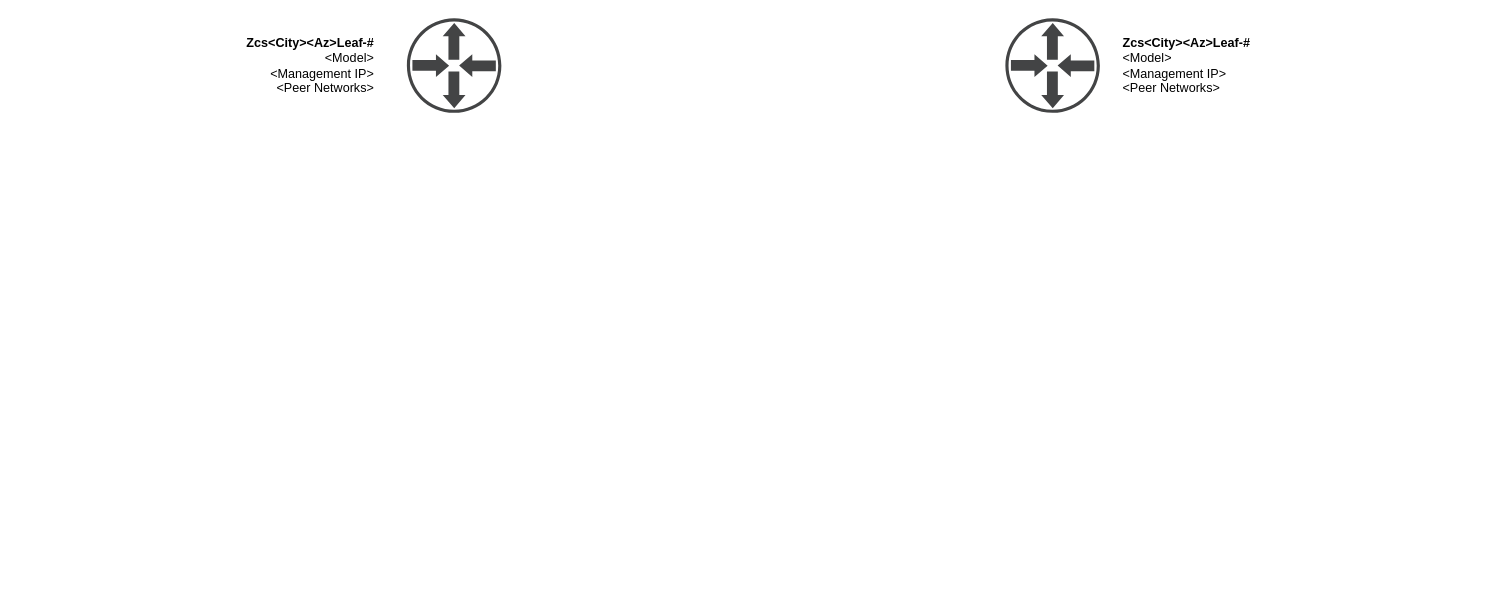
Above: page "Logical Routing Detail" (2 of 3) of dwg/Logical Routing.drawio in ngschmidt/nsx-ninja-design-v3 (draw.io), before the change. Source tidied: cells renumbered, new cells numbered last; positions are measured from the earlier drawing's top-left corner, leaving out a move shared by most shapes. Both pictures are drawn from the tidied source at 105%, with x=0, y=0 at pixel (228, 18).
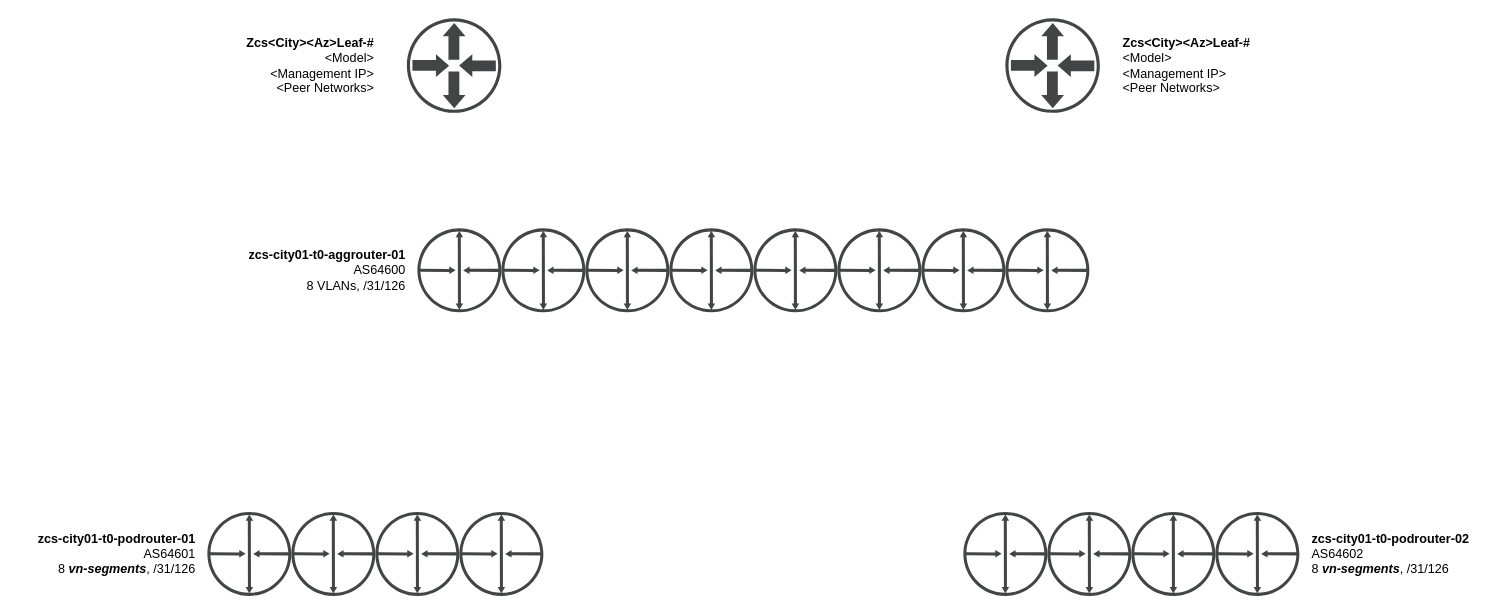
After the change.

Diff of the diagram source:
```diff
@@
+    <mxCell id="6" style="shadow=0;dashed=0;html=1;strokeColor=none;fillColor=#434445;labelPosition=center;verticalLabelPosition=bottom;verticalAlign=top;align=center;shape=mxgraph.vvd.logical_distribution;fontColor=#FFFFFF;" parent="1" vertex="1">
+      <mxGeometry x="180" y="200" width="80" height="80" as="geometry" />
+    </mxCell>
+    <mxCell id="7" value="&lt;font color=&quot;#000000&quot;&gt;&lt;b&gt;zcs-city01-t0-aggrouter-01&lt;br&gt;&lt;/b&gt;AS64600&lt;br&gt;8 VLANs, /31/126&lt;br&gt;&lt;/font&gt;" style="text;html=1;align=right;verticalAlign=middle;fontColor=#FFFFFF;" parent="1" vertex="1">
+      <mxGeometry x="10" y="215" width="160" height="50" as="geometry" />
+    </mxCell>
+    <mxCell id="8" style="shadow=0;dashed=0;html=1;strokeColor=none;fillColor=#434445;labelPosition=center;verticalLabelPosition=bottom;verticalAlign=top;align=center;shape=mxgraph.vvd.logical_distribution;fontColor=#FFFFFF;" parent="1" vertex="1">
+      <mxGeometry x="260" y="200" width="80" height="80" as="geometry" />
+    </mxCell>
+    <mxCell id="9" style="shadow=0;dashed=0;html=1;strokeColor=none;fillColor=#434445;labelPosition=center;verticalLabelPosition=bottom;verticalAlign=top;align=center;shape=mxgraph.vvd.logical_distribution;fontColor=#FFFFFF;" parent="1" vertex="1">
+      <mxGeometry x="340" y="200" width="80" height="80" as="geometry" />
+    </mxCell>
+    <mxCell id="10" style="shadow=0;dashed=0;html=1;strokeColor=none;fillColor=#434445;labelPosition=center;verticalLabelPosition=bottom;verticalAlign=top;align=center;shape=mxgraph.vvd.logical_distribution;fontColor=#FFFFFF;" parent="1" vertex="1">
+      <mxGeometry x="420" y="200" width="80" height="80" as="geometry" />
+    </mxCell>
+    <mxCell id="11" style="shadow=0;dashed=0;html=1;strokeColor=none;fillColor=#434445;labelPosition=center;verticalLabelPosition=bottom;verticalAlign=top;align=center;shape=mxgraph.vvd.logical_distribution;fontColor=#FFFFFF;" parent="1" vertex="1">
+      <mxGeometry x="500" y="200" width="80" height="80" as="geometry" />
+    </mxCell>
+    <mxCell id="12" style="shadow=0;dashed=0;html=1;strokeColor=none;fillColor=#434445;labelPosition=center;verticalLabelPosition=bottom;verticalAlign=top;align=center;shape=mxgraph.vvd.logical_distribution;fontColor=#FFFFFF;" parent="1" vertex="1">
+      <mxGeometry x="580" y="200" width="80" height="80" as="geometry" />
+    </mxCell>
+    <mxCell id="13" style="shadow=0;dashed=0;html=1;strokeColor=none;fillColor=#434445;labelPosition=center;verticalLabelPosition=bottom;verticalAlign=top;align=center;shape=mxgraph.vvd.logical_distribution;fontColor=#FFFFFF;" parent="1" vertex="1">
+      <mxGeometry x="660" y="200" width="80" height="80" as="geometry" />
+    </mxCell>
+    <mxCell id="14" style="shadow=0;dashed=0;html=1;strokeColor=none;fillColor=#434445;labelPosition=center;verticalLabelPosition=bottom;verticalAlign=top;align=center;shape=mxgraph.vvd.logical_distribution;fontColor=#FFFFFF;" parent="1" vertex="1">
+      <mxGeometry x="740" y="200" width="80" height="80" as="geometry" />
+    </mxCell>
+    <mxCell id="15" style="shadow=0;dashed=0;html=1;strokeColor=none;fillColor=#434445;labelPosition=center;verticalLabelPosition=bottom;verticalAlign=top;align=center;shape=mxgraph.vvd.logical_distribution;fontColor=#FFFFFF;" parent="1" vertex="1">
+      <mxGeometry x="-20" y="470" width="80" height="80" as="geometry" />
+    </mxCell>
+    <mxCell id="16" value="&lt;font color=&quot;#000000&quot;&gt;&lt;b&gt;zcs-city01-t0-podrouter-01&lt;br&gt;&lt;/b&gt;AS64601&lt;br&gt;8 &lt;b&gt;&lt;i&gt;vn-segments&lt;/i&gt;&lt;/b&gt;, /31/126&lt;br&gt;&lt;/font&gt;" style="text;html=1;align=right;verticalAlign=middle;fontColor=#FFFFFF;" parent="1" vertex="1">
+      <mxGeometry x="-200" y="485" width="170" height="50" as="geometry" />
+    </mxCell>
+    <mxCell id="17" style="shadow=0;dashed=0;html=1;strokeColor=none;fillColor=#434445;labelPosition=center;verticalLabelPosition=bottom;verticalAlign=top;align=center;shape=mxgraph.vvd.logical_distribution;fontColor=#FFFFFF;" parent="1" vertex="1">
+      <mxGeometry x="60" y="470" width="80" height="80" as="geometry" />
+    </mxCell>
+    <mxCell id="18" style="shadow=0;dashed=0;html=1;strokeColor=none;fillColor=#434445;labelPosition=center;verticalLabelPosition=bottom;verticalAlign=top;align=center;shape=mxgraph.vvd.logical_distribution;fontColor=#FFFFFF;" parent="1" vertex="1">
+      <mxGeometry x="140" y="470" width="80" height="80" as="geometry" />
+    </mxCell>
+    <mxCell id="19" style="shadow=0;dashed=0;html=1;strokeColor=none;fillColor=#434445;labelPosition=center;verticalLabelPosition=bottom;verticalAlign=top;align=center;shape=mxgraph.vvd.logical_distribution;fontColor=#FFFFFF;" parent="1" vertex="1">
+      <mxGeometry x="220" y="470" width="80" height="80" as="geometry" />
+    </mxCell>
+    <mxCell id="20" style="shadow=0;dashed=0;html=1;strokeColor=none;fillColor=#434445;labelPosition=center;verticalLabelPosition=bottom;verticalAlign=top;align=center;shape=mxgraph.vvd.logical_distribution;fontColor=#FFFFFF;" parent="1" vertex="1">
+      <mxGeometry x="700" y="470" width="80" height="80" as="geometry" />
+    </mxCell>
+    <mxCell id="21" value="&lt;font color=&quot;#000000&quot;&gt;&lt;b&gt;zcs-city01-t0-podrouter-02&lt;br&gt;&lt;/b&gt;AS64602&lt;br&gt;8 &lt;b&gt;&lt;i&gt;vn-segments&lt;/i&gt;&lt;/b&gt;, /31/126&lt;br&gt;&lt;/font&gt;" style="text;html=1;align=left;verticalAlign=middle;fontColor=#FFFFFF;" parent="1" vertex="1">
+      <mxGeometry x="1030" y="485" width="170" height="50" as="geometry" />
+    </mxCell>
+    <mxCell id="22" style="shadow=0;dashed=0;html=1;strokeColor=none;fillColor=#434445;labelPosition=center;verticalLabelPosition=bottom;verticalAlign=top;align=center;shape=mxgraph.vvd.logical_distribution;fontColor=#FFFFFF;" parent="1" vertex="1">
+      <mxGeometry x="780" y="470" width="80" height="80" as="geometry" />
+    </mxCell>
+    <mxCell id="23" style="shadow=0;dashed=0;html=1;strokeColor=none;fillColor=#434445;labelPosition=center;verticalLabelPosition=bottom;verticalAlign=top;align=center;shape=mxgraph.vvd.logical_distribution;fontColor=#FFFFFF;" parent="1" vertex="1">
+      <mxGeometry x="860" y="470" width="80" height="80" as="geometry" />
+    </mxCell>
+    <mxCell id="24" style="shadow=0;dashed=0;html=1;strokeColor=none;fillColor=#434445;labelPosition=center;verticalLabelPosition=bottom;verticalAlign=top;align=center;shape=mxgraph.vvd.logical_distribution;fontColor=#FFFFFF;" parent="1" vertex="1">
+      <mxGeometry x="940" y="470" width="80" height="80" as="geometry" />
+    </mxCell>
```
